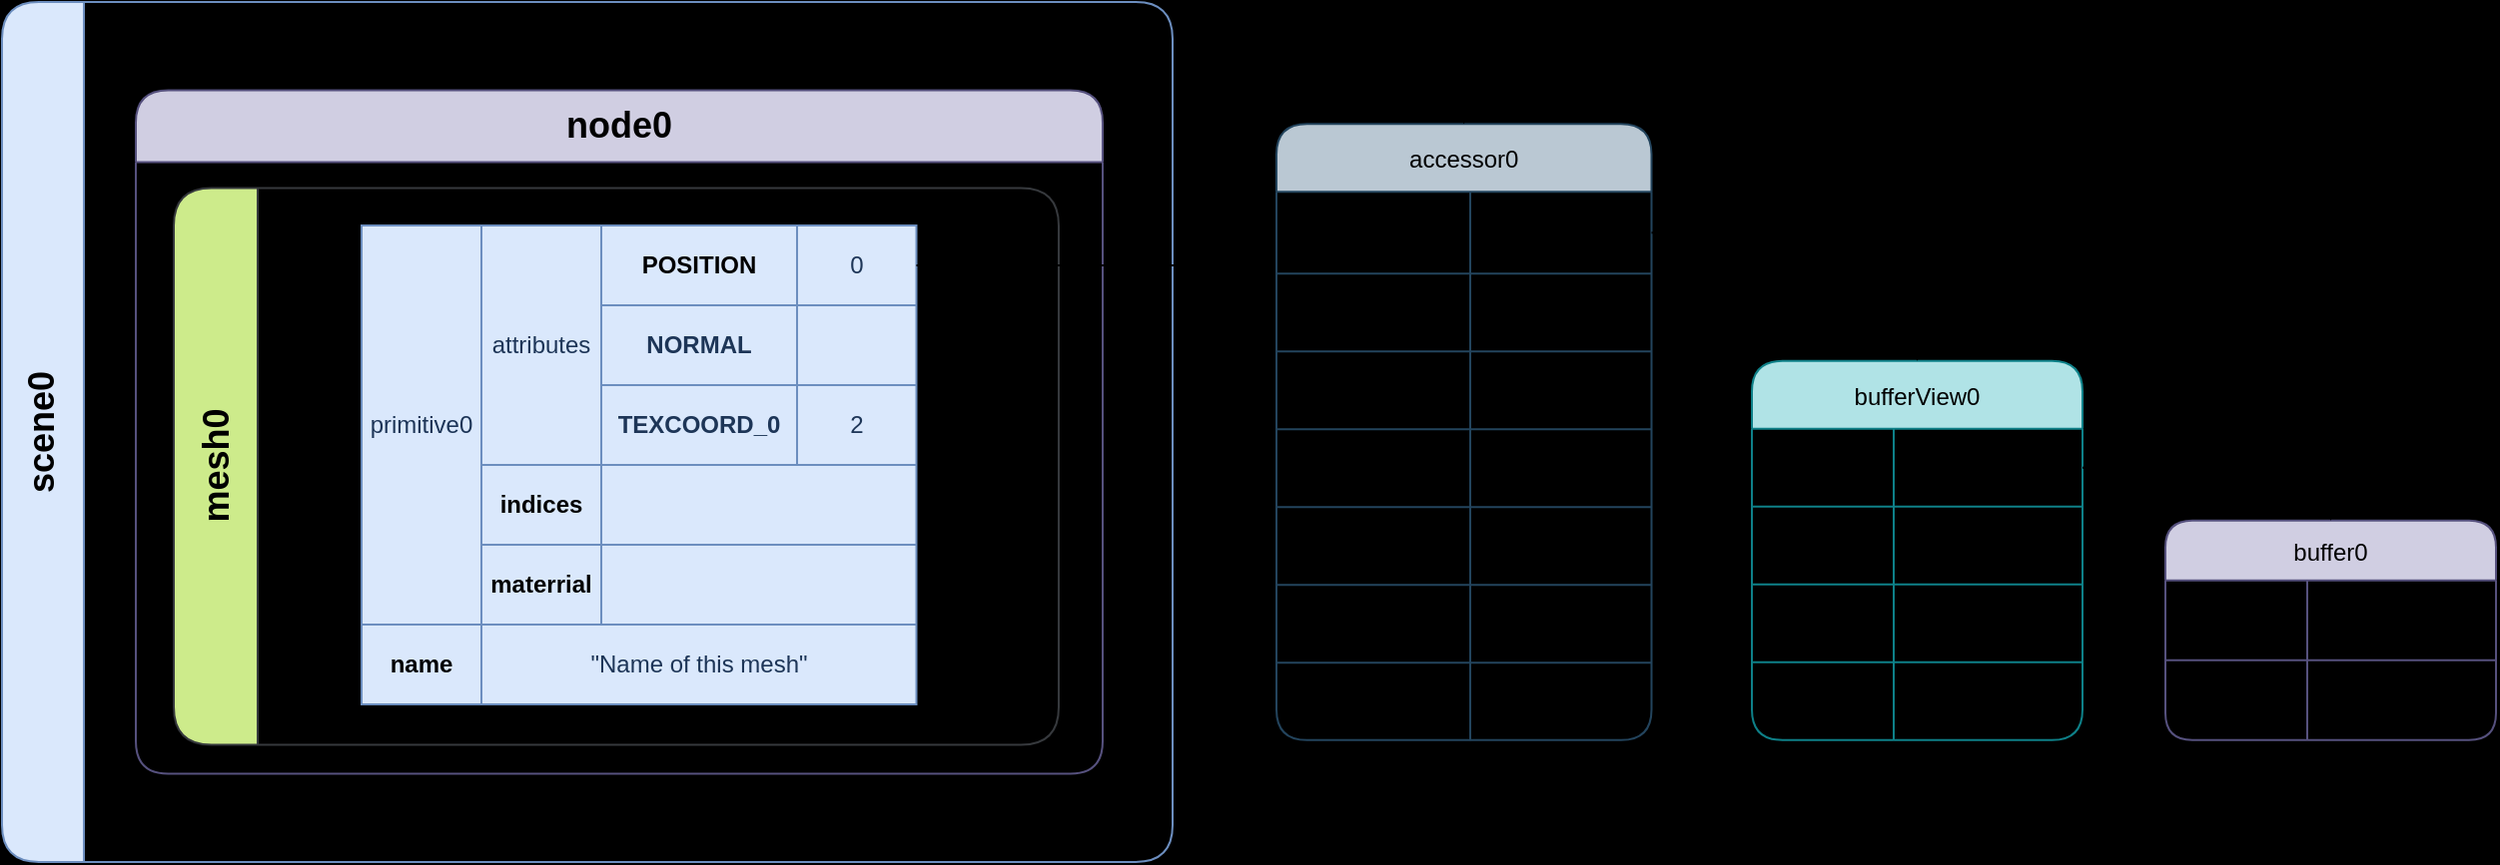
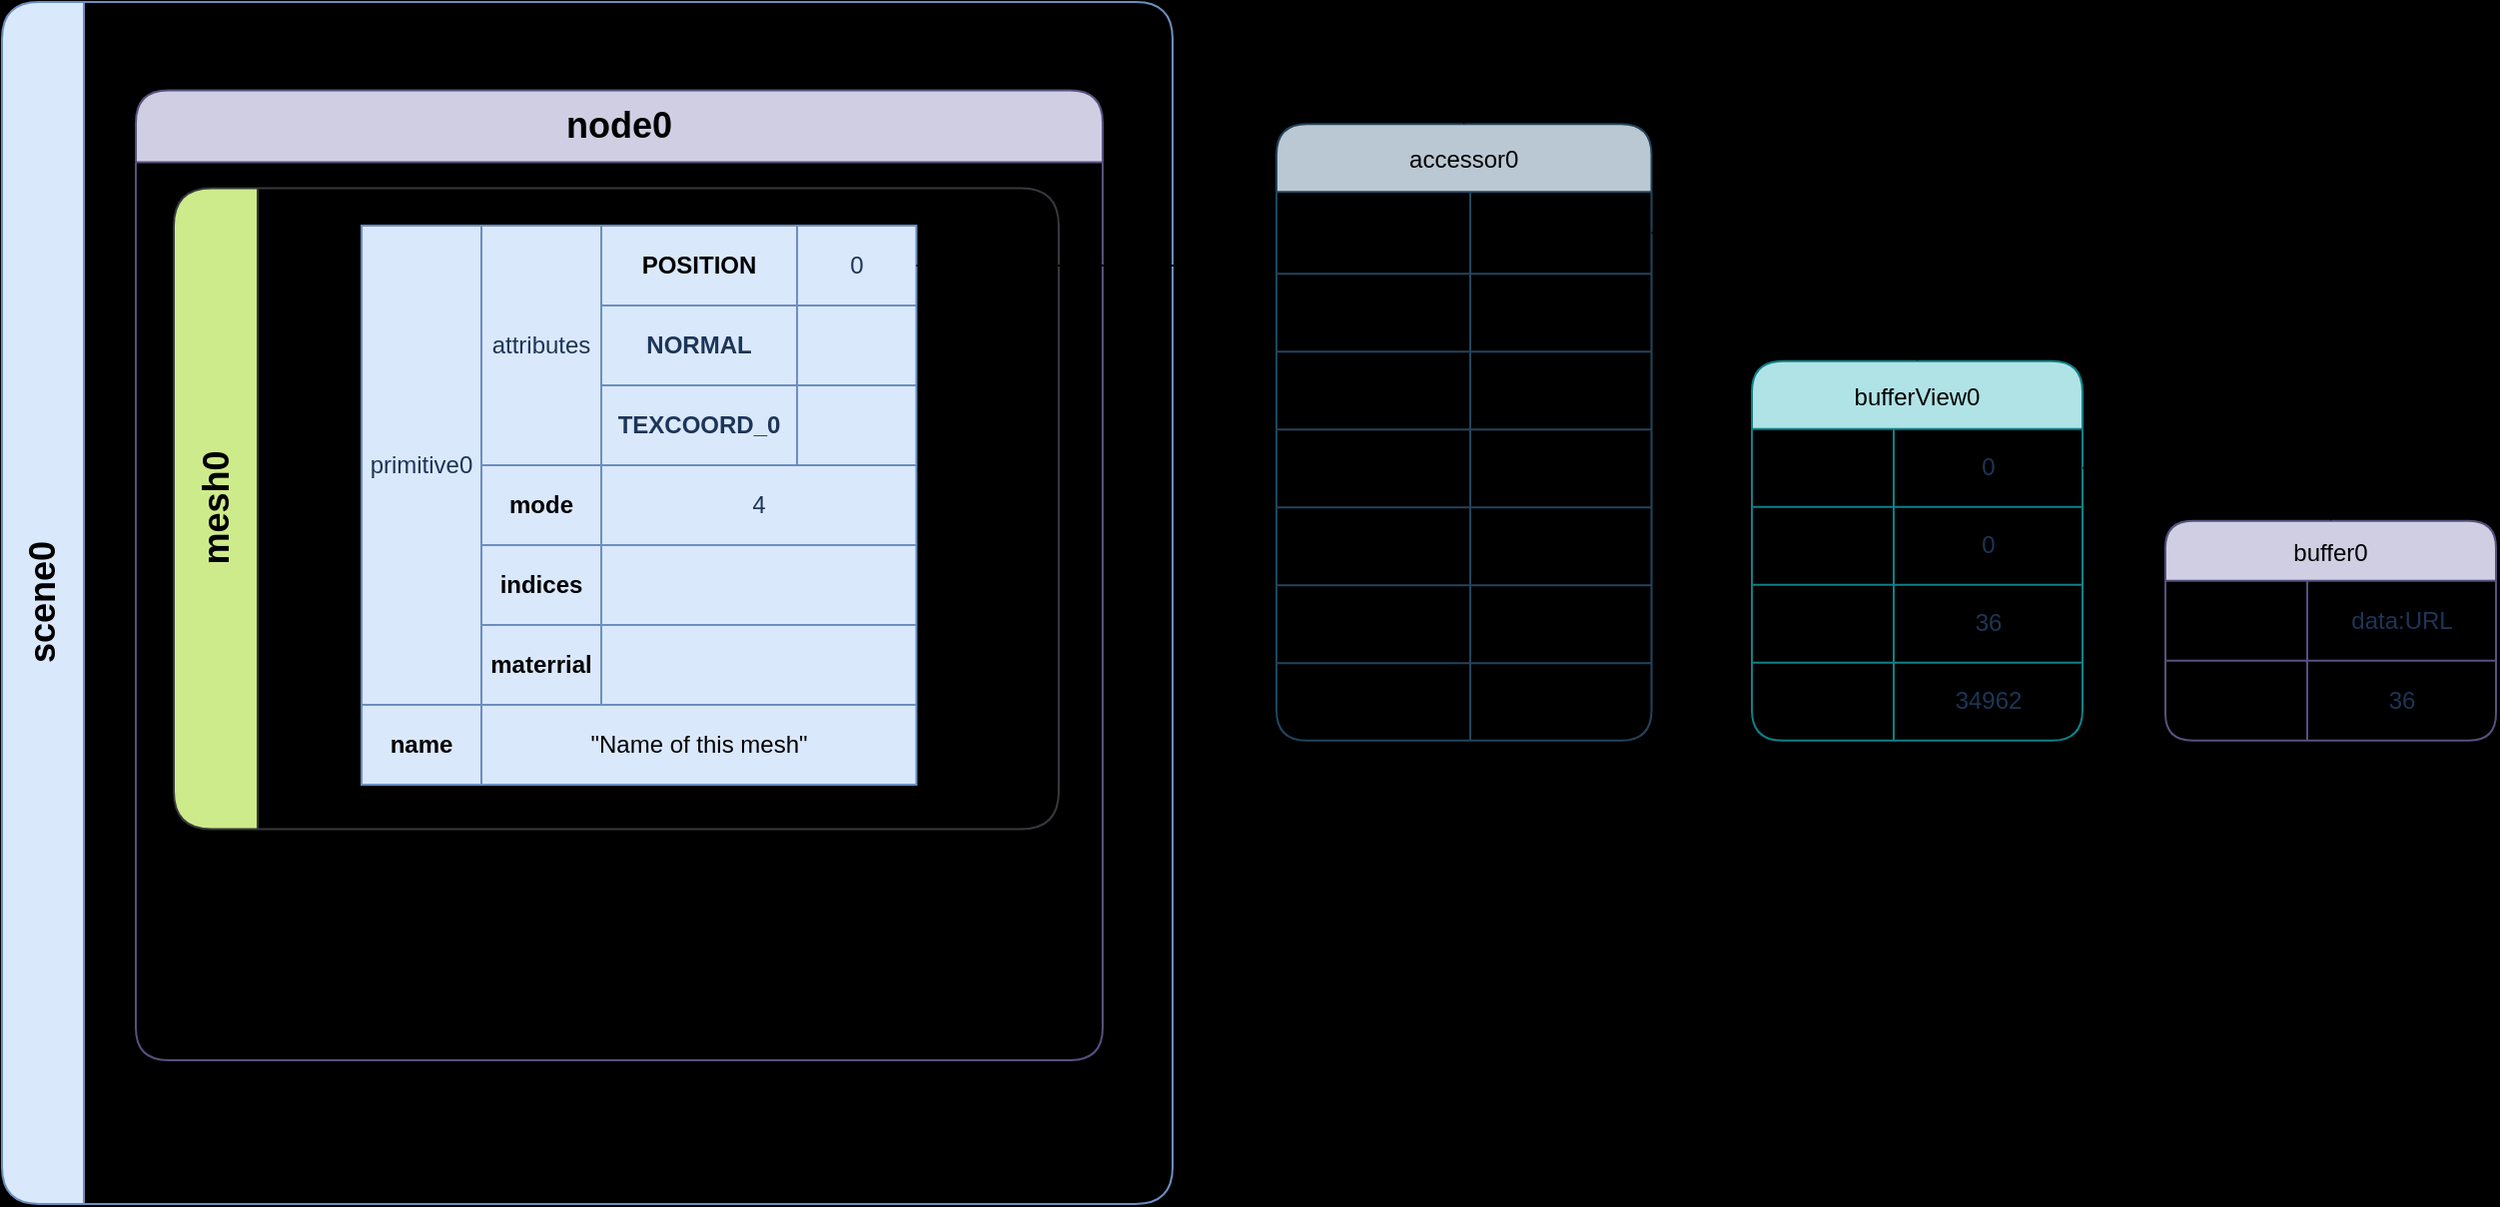
<mxfile host="app.diagrams.net">
  <diagram id="BZvedy4mBk2RI_J5c_5u" name="第 1 页">
-     <mxGraphModel dx="2898" dy="1342" grid="0" gridSize="10" guides="1" tooltips="1" connect="1" arrows="1" fold="1" page="0" pageScale="1" pageWidth="827" pageHeight="1169" background="light-dark(#000000,#2B2B2B)" math="0" shadow="0">
+     <mxGraphModel dx="2338" dy="1342" grid="0" gridSize="10" guides="1" tooltips="1" connect="1" arrows="1" fold="1" page="0" pageScale="1" pageWidth="827" pageHeight="1169" background="light-dark(#000000,#2B2B2B)" math="0" shadow="0">
      <root>
        <mxCell id="0" />
        <mxCell id="1" parent="0" />
        <mxCell id="-Ds3_SINnqwqFCvs20sv-1" parent="1" style="shape=table;startSize=30;container=1;collapsible=0;childLayout=tableLayout;fixedHeader=1;fillColor=#d0cee2;strokeColor=#56517e;rounded=1;fontColor=light-dark(#000000,#66FFB3);" value="buffer0" vertex="1">
          <mxGeometry height="110" width="165.5" x="-13" y="257.87" as="geometry" />
        </mxCell>
        <mxCell id="-Ds3_SINnqwqFCvs20sv-2" parent="-Ds3_SINnqwqFCvs20sv-1" style="shape=tableRow;horizontal=0;startSize=0;swimlaneHead=0;swimlaneBody=0;strokeColor=inherit;top=0;left=0;bottom=0;right=0;collapsible=0;dropTarget=0;fillColor=none;points=[[0,0.5],[1,0.5]];portConstraint=eastwest;fixedHeader=1;rounded=1;" value="" vertex="1">
          <mxGeometry height="40" width="165.5" y="30" as="geometry" />
        </mxCell>
        <mxCell id="-Ds3_SINnqwqFCvs20sv-3" parent="-Ds3_SINnqwqFCvs20sv-2" style="shape=partialRectangle;html=1;whiteSpace=wrap;connectable=0;strokeColor=inherit;overflow=hidden;fillColor=none;top=0;left=0;bottom=0;right=0;pointerEvents=1;align=center;rounded=1;fontColor=light-dark(#000000,#20C2B5);" value="uri" vertex="1">
          <mxGeometry height="40" width="71" as="geometry">
            <mxRectangle height="40" width="71" as="alternateBounds" />
          </mxGeometry>
        </mxCell>
-         <mxCell id="-Ds3_SINnqwqFCvs20sv-4" parent="-Ds3_SINnqwqFCvs20sv-2" style="shape=partialRectangle;html=1;whiteSpace=wrap;connectable=0;strokeColor=inherit;overflow=hidden;fillColor=none;top=0;left=0;bottom=0;right=0;pointerEvents=1;rounded=1;fontColor=light-dark(#000000,#ACB7C4);" value="data:URL" vertex="1">
+         <mxCell id="-Ds3_SINnqwqFCvs20sv-4" parent="-Ds3_SINnqwqFCvs20sv-2" style="shape=partialRectangle;html=1;whiteSpace=wrap;connectable=0;strokeColor=inherit;overflow=hidden;fillColor=none;top=0;left=0;bottom=0;right=0;pointerEvents=1;rounded=1;fontColor=light-dark(#1D3557,#FFFFFF);" value="data:URL" vertex="1">
          <mxGeometry height="40" width="95" x="71" as="geometry">
            <mxRectangle height="40" width="95" as="alternateBounds" />
          </mxGeometry>
        </mxCell>
        <mxCell id="-Ds3_SINnqwqFCvs20sv-5" parent="-Ds3_SINnqwqFCvs20sv-1" style="shape=tableRow;horizontal=0;startSize=0;swimlaneHead=0;swimlaneBody=0;strokeColor=inherit;top=0;left=0;bottom=0;right=0;collapsible=0;dropTarget=0;fillColor=none;points=[[0,0.5],[1,0.5]];portConstraint=eastwest;fixedHeader=1;rounded=1;" value="" vertex="1">
          <mxGeometry height="40" width="165.5" y="70" as="geometry" />
        </mxCell>
        <mxCell id="-Ds3_SINnqwqFCvs20sv-6" parent="-Ds3_SINnqwqFCvs20sv-5" style="shape=partialRectangle;html=1;whiteSpace=wrap;connectable=0;strokeColor=inherit;overflow=hidden;fillColor=none;top=0;left=0;bottom=0;right=0;pointerEvents=1;align=center;rounded=1;fontColor=light-dark(#000000,#20C2B5);" value="byteLength" vertex="1">
          <mxGeometry height="40" width="71" as="geometry">
            <mxRectangle height="40" width="71" as="alternateBounds" />
          </mxGeometry>
        </mxCell>
-         <mxCell id="-Ds3_SINnqwqFCvs20sv-7" parent="-Ds3_SINnqwqFCvs20sv-5" style="shape=partialRectangle;html=1;whiteSpace=wrap;connectable=0;strokeColor=inherit;overflow=hidden;fillColor=none;top=0;left=0;bottom=0;right=0;pointerEvents=1;rounded=1;fontColor=light-dark(#000000,#ACB7C4);" value="36" vertex="1">
+         <mxCell id="-Ds3_SINnqwqFCvs20sv-7" parent="-Ds3_SINnqwqFCvs20sv-5" style="shape=partialRectangle;html=1;whiteSpace=wrap;connectable=0;strokeColor=inherit;overflow=hidden;fillColor=none;top=0;left=0;bottom=0;right=0;pointerEvents=1;rounded=1;fontColor=light-dark(#1D3557,#FFFFFF);" value="36" vertex="1">
          <mxGeometry height="40" width="95" x="71" as="geometry">
            <mxRectangle height="40" width="95" as="alternateBounds" />
          </mxGeometry>
        </mxCell>
        <mxCell id="IMBELnrVSliVJA-H-ImH-1" parent="1" style="shape=table;startSize=34;container=1;collapsible=0;childLayout=tableLayout;fixedHeader=1;fillColor=#b0e3e6;strokeColor=#0e8088;rounded=1;fontColor=light-dark(#000000,#66FFB3);" value="bufferView0" vertex="1">
          <mxGeometry height="190" width="165.5" x="-220" y="177.87" as="geometry" />
        </mxCell>
        <mxCell id="IMBELnrVSliVJA-H-ImH-2" parent="IMBELnrVSliVJA-H-ImH-1" style="shape=tableRow;horizontal=0;startSize=0;swimlaneHead=0;swimlaneBody=0;strokeColor=inherit;top=0;left=0;bottom=0;right=0;collapsible=0;dropTarget=0;fillColor=none;points=[[0,0.5],[1,0.5]];portConstraint=eastwest;fixedHeader=1;rounded=1;" value="" vertex="1">
          <mxGeometry height="39" width="165.5" y="34" as="geometry" />
        </mxCell>
        <mxCell id="IMBELnrVSliVJA-H-ImH-3" parent="IMBELnrVSliVJA-H-ImH-2" style="shape=partialRectangle;html=1;whiteSpace=wrap;connectable=0;strokeColor=inherit;overflow=hidden;fillColor=none;top=0;left=0;bottom=0;right=0;pointerEvents=1;align=center;rounded=1;fontColor=light-dark(#000000,#20C2B5);" value="buffer" vertex="1">
          <mxGeometry height="39" width="71" as="geometry">
            <mxRectangle height="39" width="71" as="alternateBounds" />
          </mxGeometry>
        </mxCell>
-         <mxCell id="IMBELnrVSliVJA-H-ImH-4" parent="IMBELnrVSliVJA-H-ImH-2" style="shape=partialRectangle;html=1;whiteSpace=wrap;connectable=0;strokeColor=inherit;overflow=hidden;fillColor=none;top=0;left=0;bottom=0;right=0;pointerEvents=1;rounded=1;fontColor=light-dark(#000000,#ACB7C4);" value="0" vertex="1">
+         <mxCell id="IMBELnrVSliVJA-H-ImH-4" parent="IMBELnrVSliVJA-H-ImH-2" style="shape=partialRectangle;html=1;whiteSpace=wrap;connectable=0;strokeColor=inherit;overflow=hidden;fillColor=none;top=0;left=0;bottom=0;right=0;pointerEvents=1;rounded=1;fontColor=light-dark(#1D3557,#FFFFFF);" value="0" vertex="1">
          <mxGeometry height="39" width="95" x="71" as="geometry">
            <mxRectangle height="39" width="95" as="alternateBounds" />
          </mxGeometry>
        </mxCell>
        <mxCell id="IMBELnrVSliVJA-H-ImH-5" parent="IMBELnrVSliVJA-H-ImH-1" style="shape=tableRow;horizontal=0;startSize=0;swimlaneHead=0;swimlaneBody=0;strokeColor=inherit;top=0;left=0;bottom=0;right=0;collapsible=0;dropTarget=0;fillColor=none;points=[[0,0.5],[1,0.5]];portConstraint=eastwest;fixedHeader=1;rounded=1;" value="" vertex="1">
          <mxGeometry height="39" width="165.5" y="73" as="geometry" />
        </mxCell>
        <mxCell id="IMBELnrVSliVJA-H-ImH-6" parent="IMBELnrVSliVJA-H-ImH-5" style="shape=partialRectangle;html=1;whiteSpace=wrap;connectable=0;strokeColor=inherit;overflow=hidden;fillColor=none;top=0;left=0;bottom=0;right=0;pointerEvents=1;align=center;rounded=1;fontColor=light-dark(#000000,#20C2B5);" value="byteOffset" vertex="1">
          <mxGeometry height="39" width="71" as="geometry">
            <mxRectangle height="39" width="71" as="alternateBounds" />
          </mxGeometry>
        </mxCell>
-         <mxCell id="IMBELnrVSliVJA-H-ImH-7" parent="IMBELnrVSliVJA-H-ImH-5" style="shape=partialRectangle;html=1;whiteSpace=wrap;connectable=0;strokeColor=inherit;overflow=hidden;fillColor=none;top=0;left=0;bottom=0;right=0;pointerEvents=1;rounded=1;fontColor=light-dark(#000000,#ACB7C4);" value="0" vertex="1">
+         <mxCell id="IMBELnrVSliVJA-H-ImH-7" parent="IMBELnrVSliVJA-H-ImH-5" style="shape=partialRectangle;html=1;whiteSpace=wrap;connectable=0;strokeColor=inherit;overflow=hidden;fillColor=none;top=0;left=0;bottom=0;right=0;pointerEvents=1;rounded=1;fontColor=light-dark(#1D3557,#FFFFFF);" value="0" vertex="1">
          <mxGeometry height="39" width="95" x="71" as="geometry">
            <mxRectangle height="39" width="95" as="alternateBounds" />
          </mxGeometry>
        </mxCell>
        <mxCell id="IMBELnrVSliVJA-H-ImH-8" parent="IMBELnrVSliVJA-H-ImH-1" style="shape=tableRow;horizontal=0;startSize=0;swimlaneHead=0;swimlaneBody=0;strokeColor=inherit;top=0;left=0;bottom=0;right=0;collapsible=0;dropTarget=0;fillColor=none;points=[[0,0.5],[1,0.5]];portConstraint=eastwest;fixedHeader=1;rounded=1;" vertex="1">
          <mxGeometry height="39" width="165.5" y="112" as="geometry" />
        </mxCell>
        <mxCell id="IMBELnrVSliVJA-H-ImH-9" parent="IMBELnrVSliVJA-H-ImH-8" style="shape=partialRectangle;html=1;whiteSpace=wrap;connectable=0;strokeColor=inherit;overflow=hidden;fillColor=none;top=0;left=0;bottom=0;right=0;pointerEvents=1;align=center;rounded=1;fontColor=light-dark(#000000,#20C2B5);" value="byteLength" vertex="1">
          <mxGeometry height="39" width="71" as="geometry">
            <mxRectangle height="39" width="71" as="alternateBounds" />
          </mxGeometry>
        </mxCell>
-         <mxCell id="IMBELnrVSliVJA-H-ImH-10" parent="IMBELnrVSliVJA-H-ImH-8" style="shape=partialRectangle;html=1;whiteSpace=wrap;connectable=0;strokeColor=inherit;overflow=hidden;fillColor=none;top=0;left=0;bottom=0;right=0;pointerEvents=1;rounded=1;fontColor=light-dark(#000000,#ACB7C4);" value="36" vertex="1">
+         <mxCell id="IMBELnrVSliVJA-H-ImH-10" parent="IMBELnrVSliVJA-H-ImH-8" style="shape=partialRectangle;html=1;whiteSpace=wrap;connectable=0;strokeColor=inherit;overflow=hidden;fillColor=none;top=0;left=0;bottom=0;right=0;pointerEvents=1;rounded=1;fontColor=light-dark(#1D3557,#FFFFFF);" value="36" vertex="1">
          <mxGeometry height="39" width="95" x="71" as="geometry">
            <mxRectangle height="39" width="95" as="alternateBounds" />
          </mxGeometry>
        </mxCell>
        <mxCell id="IMBELnrVSliVJA-H-ImH-11" parent="IMBELnrVSliVJA-H-ImH-1" style="shape=tableRow;horizontal=0;startSize=0;swimlaneHead=0;swimlaneBody=0;strokeColor=inherit;top=0;left=0;bottom=0;right=0;collapsible=0;dropTarget=0;fillColor=none;points=[[0,0.5],[1,0.5]];portConstraint=eastwest;fixedHeader=1;rounded=1;" vertex="1">
          <mxGeometry height="39" width="165.5" y="151" as="geometry" />
        </mxCell>
        <mxCell id="IMBELnrVSliVJA-H-ImH-12" parent="IMBELnrVSliVJA-H-ImH-11" style="shape=partialRectangle;html=1;whiteSpace=wrap;connectable=0;strokeColor=inherit;overflow=hidden;fillColor=none;top=0;left=0;bottom=0;right=0;pointerEvents=1;align=center;rounded=1;fontColor=light-dark(#000000,#20C2B5);" value="target" vertex="1">
          <mxGeometry height="39" width="71" as="geometry">
            <mxRectangle height="39" width="71" as="alternateBounds" />
          </mxGeometry>
        </mxCell>
-         <mxCell id="IMBELnrVSliVJA-H-ImH-13" parent="IMBELnrVSliVJA-H-ImH-11" style="shape=partialRectangle;html=1;whiteSpace=wrap;connectable=0;strokeColor=inherit;overflow=hidden;fillColor=none;top=0;left=0;bottom=0;right=0;pointerEvents=1;rounded=1;fontColor=light-dark(#000000,#ACB7C4);" value="34962" vertex="1">
+         <mxCell id="IMBELnrVSliVJA-H-ImH-13" parent="IMBELnrVSliVJA-H-ImH-11" style="shape=partialRectangle;html=1;whiteSpace=wrap;connectable=0;strokeColor=inherit;overflow=hidden;fillColor=none;top=0;left=0;bottom=0;right=0;pointerEvents=1;rounded=1;fontColor=light-dark(#1D3557,#FFFFFF);" value="34962" vertex="1">
          <mxGeometry height="39" width="95" x="71" as="geometry">
            <mxRectangle height="39" width="95" as="alternateBounds" />
          </mxGeometry>
        </mxCell>
        <mxCell id="IMBELnrVSliVJA-H-ImH-16" parent="1" style="shape=table;startSize=34;container=1;collapsible=0;childLayout=tableLayout;fixedHeader=1;fillColor=#bac8d3;strokeColor=#23445d;rounded=1;fontColor=light-dark(#000000,#66FFB3);" value="accessor0" vertex="1">
          <mxGeometry height="308.75" width="187.75" x="-458" y="59.12" as="geometry" />
        </mxCell>
        <mxCell id="IMBELnrVSliVJA-H-ImH-17" parent="IMBELnrVSliVJA-H-ImH-16" style="shape=tableRow;horizontal=0;startSize=0;swimlaneHead=0;swimlaneBody=0;strokeColor=inherit;top=0;left=0;bottom=0;right=0;collapsible=0;dropTarget=0;fillColor=none;points=[[0,0.5],[1,0.5]];portConstraint=eastwest;fixedHeader=1;rounded=1;" value="" vertex="1">
          <mxGeometry height="41" width="187.75" y="34" as="geometry" />
        </mxCell>
        <mxCell id="IMBELnrVSliVJA-H-ImH-18" parent="IMBELnrVSliVJA-H-ImH-17" style="shape=partialRectangle;html=1;whiteSpace=wrap;connectable=0;strokeColor=inherit;overflow=hidden;fillColor=none;top=0;left=0;bottom=0;right=0;pointerEvents=1;align=center;rounded=1;fontColor=light-dark(#000000,#20C2B5);fontStyle=1" value="&lt;span style=&quot;&quot;&gt;bufferView&lt;/span&gt;" vertex="1">
          <mxGeometry height="41" width="97" as="geometry">
            <mxRectangle height="41" width="97" as="alternateBounds" />
          </mxGeometry>
        </mxCell>
-         <mxCell id="IMBELnrVSliVJA-H-ImH-19" parent="IMBELnrVSliVJA-H-ImH-17" style="shape=partialRectangle;html=1;whiteSpace=wrap;connectable=0;strokeColor=inherit;overflow=hidden;fillColor=none;top=0;left=0;bottom=0;right=0;pointerEvents=1;rounded=1;fontColor=light-dark(#000000,#ACB7C4);" value="0" vertex="1">
+         <mxCell id="IMBELnrVSliVJA-H-ImH-19" parent="IMBELnrVSliVJA-H-ImH-17" style="shape=partialRectangle;html=1;whiteSpace=wrap;connectable=0;strokeColor=inherit;overflow=hidden;fillColor=none;top=0;left=0;bottom=0;right=0;pointerEvents=1;rounded=1;fontColor=light-dark(#000000,#FFFFFF);" value="0" vertex="1">
          <mxGeometry height="41" width="91" x="97" as="geometry">
            <mxRectangle height="41" width="91" as="alternateBounds" />
          </mxGeometry>
        </mxCell>
        <mxCell id="IMBELnrVSliVJA-H-ImH-20" parent="IMBELnrVSliVJA-H-ImH-16" style="shape=tableRow;horizontal=0;startSize=0;swimlaneHead=0;swimlaneBody=0;strokeColor=inherit;top=0;left=0;bottom=0;right=0;collapsible=0;dropTarget=0;fillColor=none;points=[[0,0.5],[1,0.5]];portConstraint=eastwest;fixedHeader=1;rounded=1;" value="" vertex="1">
          <mxGeometry height="39" width="187.75" y="75" as="geometry" />
        </mxCell>
        <mxCell id="IMBELnrVSliVJA-H-ImH-21" parent="IMBELnrVSliVJA-H-ImH-20" style="shape=partialRectangle;html=1;whiteSpace=wrap;connectable=0;strokeColor=inherit;overflow=hidden;fillColor=none;top=0;left=0;bottom=0;right=0;pointerEvents=1;align=center;rounded=1;fontColor=light-dark(#000000,#20C2B5);" value="byteOffset" vertex="1">
          <mxGeometry height="39" width="97" as="geometry">
            <mxRectangle height="39" width="97" as="alternateBounds" />
          </mxGeometry>
        </mxCell>
-         <mxCell id="IMBELnrVSliVJA-H-ImH-22" parent="IMBELnrVSliVJA-H-ImH-20" style="shape=partialRectangle;html=1;whiteSpace=wrap;connectable=0;strokeColor=inherit;overflow=hidden;fillColor=none;top=0;left=0;bottom=0;right=0;pointerEvents=1;rounded=1;fontColor=light-dark(#000000,#ACB7C4);" value="0" vertex="1">
+         <mxCell id="IMBELnrVSliVJA-H-ImH-22" parent="IMBELnrVSliVJA-H-ImH-20" style="shape=partialRectangle;html=1;whiteSpace=wrap;connectable=0;strokeColor=inherit;overflow=hidden;fillColor=none;top=0;left=0;bottom=0;right=0;pointerEvents=1;rounded=1;fontColor=light-dark(#000000,#FFFFFF);" value="0" vertex="1">
          <mxGeometry height="39" width="91" x="97" as="geometry">
            <mxRectangle height="39" width="91" as="alternateBounds" />
          </mxGeometry>
        </mxCell>
        <mxCell id="IMBELnrVSliVJA-H-ImH-23" parent="IMBELnrVSliVJA-H-ImH-16" style="shape=tableRow;horizontal=0;startSize=0;swimlaneHead=0;swimlaneBody=0;strokeColor=inherit;top=0;left=0;bottom=0;right=0;collapsible=0;dropTarget=0;fillColor=none;points=[[0,0.5],[1,0.5]];portConstraint=eastwest;fixedHeader=1;rounded=1;" vertex="1">
          <mxGeometry height="39" width="187.75" y="114" as="geometry" />
        </mxCell>
        <mxCell id="IMBELnrVSliVJA-H-ImH-24" parent="IMBELnrVSliVJA-H-ImH-23" style="shape=partialRectangle;html=1;whiteSpace=wrap;connectable=0;strokeColor=inherit;overflow=hidden;fillColor=none;top=0;left=0;bottom=0;right=0;pointerEvents=1;align=center;rounded=1;fontColor=light-dark(#000000,#20C2B5);" value="componentType" vertex="1">
          <mxGeometry height="39" width="97" as="geometry">
            <mxRectangle height="39" width="97" as="alternateBounds" />
          </mxGeometry>
        </mxCell>
-         <mxCell id="IMBELnrVSliVJA-H-ImH-25" parent="IMBELnrVSliVJA-H-ImH-23" style="shape=partialRectangle;html=1;whiteSpace=wrap;connectable=0;strokeColor=inherit;overflow=hidden;fillColor=none;top=0;left=0;bottom=0;right=0;pointerEvents=1;rounded=1;fontColor=light-dark(#000000,#ACB7C4);" value="5126" vertex="1">
+         <mxCell id="IMBELnrVSliVJA-H-ImH-25" parent="IMBELnrVSliVJA-H-ImH-23" style="shape=partialRectangle;html=1;whiteSpace=wrap;connectable=0;strokeColor=inherit;overflow=hidden;fillColor=none;top=0;left=0;bottom=0;right=0;pointerEvents=1;rounded=1;fontColor=light-dark(#000000,#FFFFFF);" value="5126" vertex="1">
          <mxGeometry height="39" width="91" x="97" as="geometry">
            <mxRectangle height="39" width="91" as="alternateBounds" />
          </mxGeometry>
        </mxCell>
        <mxCell id="IMBELnrVSliVJA-H-ImH-26" parent="IMBELnrVSliVJA-H-ImH-16" style="shape=tableRow;horizontal=0;startSize=0;swimlaneHead=0;swimlaneBody=0;strokeColor=inherit;top=0;left=0;bottom=0;right=0;collapsible=0;dropTarget=0;fillColor=none;points=[[0,0.5],[1,0.5]];portConstraint=eastwest;fixedHeader=1;rounded=1;" vertex="1">
          <mxGeometry height="39" width="187.75" y="153" as="geometry" />
        </mxCell>
        <mxCell id="IMBELnrVSliVJA-H-ImH-27" parent="IMBELnrVSliVJA-H-ImH-26" style="shape=partialRectangle;html=1;whiteSpace=wrap;connectable=0;strokeColor=inherit;overflow=hidden;fillColor=none;top=0;left=0;bottom=0;right=0;pointerEvents=1;align=center;rounded=1;fontColor=light-dark(#000000,#20C2B5);" value="count" vertex="1">
          <mxGeometry height="39" width="97" as="geometry">
            <mxRectangle height="39" width="97" as="alternateBounds" />
          </mxGeometry>
        </mxCell>
-         <mxCell id="IMBELnrVSliVJA-H-ImH-28" parent="IMBELnrVSliVJA-H-ImH-26" style="shape=partialRectangle;html=1;whiteSpace=wrap;connectable=0;strokeColor=inherit;overflow=hidden;fillColor=none;top=0;left=0;bottom=0;right=0;pointerEvents=1;rounded=1;fontColor=light-dark(#000000,#ACB7C4);" value="3" vertex="1">
+         <mxCell id="IMBELnrVSliVJA-H-ImH-28" parent="IMBELnrVSliVJA-H-ImH-26" style="shape=partialRectangle;html=1;whiteSpace=wrap;connectable=0;strokeColor=inherit;overflow=hidden;fillColor=none;top=0;left=0;bottom=0;right=0;pointerEvents=1;rounded=1;fontColor=light-dark(#000000,#FFFFFF);" value="3" vertex="1">
          <mxGeometry height="39" width="91" x="97" as="geometry">
            <mxRectangle height="39" width="91" as="alternateBounds" />
          </mxGeometry>
        </mxCell>
        <mxCell id="IMBELnrVSliVJA-H-ImH-29" parent="IMBELnrVSliVJA-H-ImH-16" style="shape=tableRow;horizontal=0;startSize=0;swimlaneHead=0;swimlaneBody=0;strokeColor=inherit;top=0;left=0;bottom=0;right=0;collapsible=0;dropTarget=0;fillColor=none;points=[[0,0.5],[1,0.5]];portConstraint=eastwest;fixedHeader=1;rounded=1;" vertex="1">
          <mxGeometry height="39" width="187.75" y="192" as="geometry" />
        </mxCell>
        <mxCell id="IMBELnrVSliVJA-H-ImH-30" parent="IMBELnrVSliVJA-H-ImH-29" style="shape=partialRectangle;html=1;whiteSpace=wrap;connectable=0;strokeColor=inherit;overflow=hidden;fillColor=none;top=0;left=0;bottom=0;right=0;pointerEvents=1;align=center;rounded=1;fontColor=light-dark(#000000,#20C2B5);" value="type" vertex="1">
          <mxGeometry height="39" width="97" as="geometry">
            <mxRectangle height="39" width="97" as="alternateBounds" />
          </mxGeometry>
        </mxCell>
-         <mxCell id="IMBELnrVSliVJA-H-ImH-31" parent="IMBELnrVSliVJA-H-ImH-29" style="shape=partialRectangle;html=1;whiteSpace=wrap;connectable=0;strokeColor=inherit;overflow=hidden;fillColor=none;top=0;left=0;bottom=0;right=0;pointerEvents=1;rounded=1;fontColor=light-dark(#000000,#ACB7C4);" value="&quot;VEC3&quot;" vertex="1">
+         <mxCell id="IMBELnrVSliVJA-H-ImH-31" parent="IMBELnrVSliVJA-H-ImH-29" style="shape=partialRectangle;html=1;whiteSpace=wrap;connectable=0;strokeColor=inherit;overflow=hidden;fillColor=none;top=0;left=0;bottom=0;right=0;pointerEvents=1;rounded=1;fontColor=light-dark(#000000,#FFFFFF);" value="&quot;VEC3&quot;" vertex="1">
          <mxGeometry height="39" width="91" x="97" as="geometry">
            <mxRectangle height="39" width="91" as="alternateBounds" />
          </mxGeometry>
        </mxCell>
        <mxCell id="IMBELnrVSliVJA-H-ImH-32" parent="IMBELnrVSliVJA-H-ImH-16" style="shape=tableRow;horizontal=0;startSize=0;swimlaneHead=0;swimlaneBody=0;strokeColor=inherit;top=0;left=0;bottom=0;right=0;collapsible=0;dropTarget=0;fillColor=none;points=[[0,0.5],[1,0.5]];portConstraint=eastwest;fixedHeader=1;rounded=1;" vertex="1">
          <mxGeometry height="39" width="187.75" y="231" as="geometry" />
        </mxCell>
        <mxCell id="IMBELnrVSliVJA-H-ImH-33" parent="IMBELnrVSliVJA-H-ImH-32" style="shape=partialRectangle;html=1;whiteSpace=wrap;connectable=0;strokeColor=inherit;overflow=hidden;fillColor=none;top=0;left=0;bottom=0;right=0;pointerEvents=1;align=center;rounded=1;fontColor=light-dark(#000000,#20C2B5);" value="max" vertex="1">
          <mxGeometry height="39" width="97" as="geometry">
            <mxRectangle height="39" width="97" as="alternateBounds" />
          </mxGeometry>
        </mxCell>
-         <mxCell id="IMBELnrVSliVJA-H-ImH-34" parent="IMBELnrVSliVJA-H-ImH-32" style="shape=partialRectangle;html=1;whiteSpace=wrap;connectable=0;strokeColor=inherit;overflow=hidden;fillColor=none;top=0;left=0;bottom=0;right=0;pointerEvents=1;rounded=1;fontColor=light-dark(#000000,#ACB7C4);" value="[1.0, 1.0, 0.0]" vertex="1">
+         <mxCell id="IMBELnrVSliVJA-H-ImH-34" parent="IMBELnrVSliVJA-H-ImH-32" style="shape=partialRectangle;html=1;whiteSpace=wrap;connectable=0;strokeColor=inherit;overflow=hidden;fillColor=none;top=0;left=0;bottom=0;right=0;pointerEvents=1;rounded=1;fontColor=light-dark(#000000,#FFFFFF);" value="[1.0, 1.0, 0.0]" vertex="1">
          <mxGeometry height="39" width="91" x="97" as="geometry">
            <mxRectangle height="39" width="91" as="alternateBounds" />
          </mxGeometry>
        </mxCell>
        <mxCell id="IMBELnrVSliVJA-H-ImH-35" parent="IMBELnrVSliVJA-H-ImH-16" style="shape=tableRow;horizontal=0;startSize=0;swimlaneHead=0;swimlaneBody=0;strokeColor=inherit;top=0;left=0;bottom=0;right=0;collapsible=0;dropTarget=0;fillColor=none;points=[[0,0.5],[1,0.5]];portConstraint=eastwest;fixedHeader=1;rounded=1;" vertex="1">
          <mxGeometry height="39" width="187.75" y="270" as="geometry" />
        </mxCell>
        <mxCell id="IMBELnrVSliVJA-H-ImH-36" parent="IMBELnrVSliVJA-H-ImH-35" style="shape=partialRectangle;html=1;whiteSpace=wrap;connectable=0;strokeColor=inherit;overflow=hidden;fillColor=none;top=0;left=0;bottom=0;right=0;pointerEvents=1;align=center;rounded=1;fontColor=light-dark(#000000,#20C2B5);" value="min" vertex="1">
          <mxGeometry height="39" width="97" as="geometry">
            <mxRectangle height="39" width="97" as="alternateBounds" />
          </mxGeometry>
        </mxCell>
-         <mxCell id="IMBELnrVSliVJA-H-ImH-37" parent="IMBELnrVSliVJA-H-ImH-35" style="shape=partialRectangle;html=1;whiteSpace=wrap;connectable=0;strokeColor=inherit;overflow=hidden;fillColor=none;top=0;left=0;bottom=0;right=0;pointerEvents=1;rounded=1;fontColor=light-dark(#000000,#ACB7C4);" value="[0.0, 1.0, 0.0]" vertex="1">
+         <mxCell id="IMBELnrVSliVJA-H-ImH-37" parent="IMBELnrVSliVJA-H-ImH-35" style="shape=partialRectangle;html=1;whiteSpace=wrap;connectable=0;strokeColor=inherit;overflow=hidden;fillColor=none;top=0;left=0;bottom=0;right=0;pointerEvents=1;rounded=1;fontColor=light-dark(#000000,#FFFFFF);" value="[0.0, 1.0, 0.0]" vertex="1">
          <mxGeometry height="39" width="91" x="97" as="geometry">
            <mxRectangle height="39" width="91" as="alternateBounds" />
          </mxGeometry>
        </mxCell>
        <mxCell id="GIUIsMX7UZoavufT8lRc-2" parent="1" style="swimlane;horizontal=0;whiteSpace=wrap;html=1;fillColor=#dae8fc;strokeColor=#6c8ebf;rounded=1;startSize=41;gradientDirection=east;" value="&lt;span style=&quot;color: light-dark(rgb(0, 0, 0), rgb(102, 255, 179));&quot;&gt;&lt;font style=&quot;font-size: 18px;&quot;&gt;scene0&lt;/font&gt;&lt;/span&gt;" vertex="1">
-           <mxGeometry height="431" width="586" x="-1096" y="-2" as="geometry" />
+           <mxGeometry height="602" width="586" x="-1096" y="-2" as="geometry" />
        </mxCell>
        <mxCell id="oYlXVEz9eKNw0EBKh330-92" parent="GIUIsMX7UZoavufT8lRc-2" style="swimlane;whiteSpace=wrap;html=1;startSize=36;strokeColor=#56517e;fillColor=#d0cee2;rounded=1;gradientColor=none;" value="&lt;font style=&quot;font-size: 18px; color: light-dark(rgb(0, 0, 0), rgb(102, 255, 179));&quot;&gt;node0&lt;/font&gt;" vertex="1">
-           <mxGeometry height="342.5" width="484" x="67" y="44.25" as="geometry" />
+           <mxGeometry height="485.75" width="484" x="67" y="44.25" as="geometry" />
        </mxCell>
        <mxCell id="yEyvN-dxv5ZRYvW9oAyH-66" parent="oYlXVEz9eKNw0EBKh330-92" style="swimlane;horizontal=0;whiteSpace=wrap;html=1;rounded=1;startSize=42;fillColor=#cdeb8b;strokeColor=#36393d;swimlaneFillColor=none;gradientDirection=south;" value="&lt;span style=&quot;color: light-dark(rgb(0, 0, 0), rgb(102, 255, 179));&quot;&gt;&lt;font style=&quot;font-size: 18px;&quot;&gt;mesh0&lt;/font&gt;&lt;/span&gt;" vertex="1">
-           <mxGeometry height="279" width="443" x="19" y="49" as="geometry" />
+           <mxGeometry height="321" width="443" x="19" y="49" as="geometry" />
        </mxCell>
        <mxCell id="2uxkReR1P5Ac1ZIC0d_Z-4" edge="1" parent="1" source="IMBELnrVSliVJA-H-ImH-17" style="edgeStyle=orthogonalEdgeStyle;rounded=1;orthogonalLoop=1;jettySize=auto;html=1;entryX=0.5;entryY=0;entryDx=0;entryDy=0;fontSize=12;startSize=8;endSize=8;strokeColor=light-dark(#000000,#FFB570);" target="IMBELnrVSliVJA-H-ImH-1">
          <mxGeometry relative="1" as="geometry" />
        </mxCell>
        <mxCell id="2uxkReR1P5Ac1ZIC0d_Z-5" edge="1" parent="1" source="IMBELnrVSliVJA-H-ImH-2" style="edgeStyle=orthogonalEdgeStyle;rounded=1;orthogonalLoop=1;jettySize=auto;html=1;entryX=0.5;entryY=0;entryDx=0;entryDy=0;fontSize=12;startSize=8;endSize=8;curved=0;strokeColor=light-dark(#000000,#FFB570);" target="-Ds3_SINnqwqFCvs20sv-1">
          <mxGeometry relative="1" as="geometry" />
        </mxCell>
        <mxCell id="OGyqHwopQYcm-drxzkeR-19" parent="1" style="shape=table;startSize=0;container=1;collapsible=0;childLayout=tableLayout;fixedHeader=1;strokeColor=#6c8ebf;fillColor=#dae8fc;" value="" vertex="1">
-           <mxGeometry height="240" width="277.75" x="-916" y="110" as="geometry" />
+           <mxGeometry height="280" width="277.75" x="-916" y="110" as="geometry" />
        </mxCell>
        <mxCell id="OGyqHwopQYcm-drxzkeR-20" parent="OGyqHwopQYcm-drxzkeR-19" style="shape=tableRow;horizontal=0;startSize=0;swimlaneHead=0;swimlaneBody=0;strokeColor=inherit;top=0;left=0;bottom=0;right=0;collapsible=0;dropTarget=0;fillColor=none;points=[[0,0.5],[1,0.5]];portConstraint=eastwest;fixedHeader=1;fontColor=#1D3557;" value="" vertex="1">
          <mxGeometry height="40" width="277.75" as="geometry" />
        </mxCell>
-         <mxCell id="OGyqHwopQYcm-drxzkeR-21" parent="OGyqHwopQYcm-drxzkeR-20" style="shape=partialRectangle;html=1;whiteSpace=wrap;connectable=0;strokeColor=inherit;overflow=hidden;fillColor=none;top=0;left=0;bottom=0;right=0;pointerEvents=1;fontColor=#1D3557;rowspan=5;colspan=1;" value="primitive0" vertex="1">
-           <mxGeometry height="200" width="60" as="geometry">
+         <mxCell id="OGyqHwopQYcm-drxzkeR-21" parent="OGyqHwopQYcm-drxzkeR-20" style="shape=partialRectangle;html=1;whiteSpace=wrap;connectable=0;strokeColor=inherit;overflow=hidden;fillColor=none;top=0;left=0;bottom=0;right=0;pointerEvents=1;fontColor=#1D3557;rowspan=6;colspan=1;" value="primitive0" vertex="1">
+           <mxGeometry height="240" width="60" as="geometry">
            <mxRectangle height="40" width="60" as="alternateBounds" />
          </mxGeometry>
        </mxCell>
        <mxCell id="OGyqHwopQYcm-drxzkeR-22" parent="OGyqHwopQYcm-drxzkeR-20" style="shape=partialRectangle;html=1;whiteSpace=wrap;connectable=0;strokeColor=inherit;overflow=hidden;fillColor=none;top=0;left=0;bottom=0;right=0;pointerEvents=1;fontColor=#1D3557;rowspan=3;colspan=1;" value="attributes" vertex="1">
          <mxGeometry height="120" width="60" x="60" as="geometry">
            <mxRectangle height="40" width="60" as="alternateBounds" />
          </mxGeometry>
        </mxCell>
        <mxCell id="OGyqHwopQYcm-drxzkeR-23" parent="OGyqHwopQYcm-drxzkeR-20" style="shape=partialRectangle;html=1;whiteSpace=wrap;connectable=0;strokeColor=inherit;overflow=hidden;fillColor=none;top=0;left=0;bottom=0;right=0;pointerEvents=1;fontColor=#1D3557;" value="&lt;b style=&quot;color: light-dark(rgb(0, 0, 0), rgb(32, 194, 181));&quot;&gt;POSITION&lt;/b&gt;" vertex="1">
          <mxGeometry height="40" width="98" x="120" as="geometry">
            <mxRectangle height="40" width="98" as="alternateBounds" />
          </mxGeometry>
        </mxCell>
-         <mxCell id="OGyqHwopQYcm-drxzkeR-28" parent="OGyqHwopQYcm-drxzkeR-20" style="shape=partialRectangle;html=1;whiteSpace=wrap;connectable=0;strokeColor=inherit;overflow=hidden;fillColor=none;top=0;left=0;bottom=0;right=0;pointerEvents=1;fontColor=#1D3557;" value="0" vertex="1">
+         <mxCell id="OGyqHwopQYcm-drxzkeR-28" parent="OGyqHwopQYcm-drxzkeR-20" style="shape=partialRectangle;html=1;whiteSpace=wrap;connectable=0;strokeColor=inherit;overflow=hidden;fillColor=none;top=0;left=0;bottom=0;right=0;pointerEvents=1;fontColor=light-dark(#1D3557,#FFFFFF);" value="0" vertex="1">
          <mxGeometry height="40" width="60" x="218" as="geometry">
            <mxRectangle height="40" width="60" as="alternateBounds" />
          </mxGeometry>
        </mxCell>
        <mxCell id="OGyqHwopQYcm-drxzkeR-24" parent="OGyqHwopQYcm-drxzkeR-19" style="shape=tableRow;horizontal=0;startSize=0;swimlaneHead=0;swimlaneBody=0;strokeColor=inherit;top=0;left=0;bottom=0;right=0;collapsible=0;dropTarget=0;fillColor=none;points=[[0,0.5],[1,0.5]];portConstraint=eastwest;fixedHeader=1;fontColor=#1D3557;" value="" vertex="1">
          <mxGeometry height="40" width="277.75" y="40" as="geometry" />
        </mxCell>
        <mxCell id="OGyqHwopQYcm-drxzkeR-25" parent="OGyqHwopQYcm-drxzkeR-24" style="shape=partialRectangle;html=1;whiteSpace=wrap;connectable=0;strokeColor=inherit;overflow=hidden;fillColor=none;top=0;left=0;bottom=0;right=0;pointerEvents=1;fontColor=#1D3557;" value="" vertex="1" visible="0">
          <mxGeometry height="40" width="60" as="geometry">
            <mxRectangle height="40" width="60" as="alternateBounds" />
          </mxGeometry>
        </mxCell>
        <mxCell id="OGyqHwopQYcm-drxzkeR-26" parent="OGyqHwopQYcm-drxzkeR-24" style="shape=partialRectangle;html=1;whiteSpace=wrap;connectable=0;strokeColor=inherit;overflow=hidden;fillColor=none;top=0;left=0;bottom=0;right=0;pointerEvents=1;fontColor=#1D3557;" value="" vertex="1" visible="0">
          <mxGeometry height="40" width="60" x="60" as="geometry">
            <mxRectangle height="40" width="60" as="alternateBounds" />
          </mxGeometry>
        </mxCell>
        <mxCell id="OGyqHwopQYcm-drxzkeR-27" parent="OGyqHwopQYcm-drxzkeR-24" style="shape=partialRectangle;html=1;whiteSpace=wrap;connectable=0;strokeColor=inherit;overflow=hidden;fillColor=none;top=0;left=0;bottom=0;right=0;pointerEvents=1;fontColor=light-dark(#1D3557,#20C2B5);align=center;verticalAlign=middle;fontFamily=Helvetica;fontSize=12;fontStyle=1;" value="NORMAL" vertex="1">
          <mxGeometry height="40" width="98" x="120" as="geometry">
            <mxRectangle height="40" width="98" as="alternateBounds" />
          </mxGeometry>
        </mxCell>
        <mxCell id="OGyqHwopQYcm-drxzkeR-29" parent="OGyqHwopQYcm-drxzkeR-24" style="shape=partialRectangle;html=1;whiteSpace=wrap;connectable=0;strokeColor=inherit;overflow=hidden;fillColor=none;top=0;left=0;bottom=0;right=0;pointerEvents=1;fontColor=#1D3557;" value="" vertex="1">
          <mxGeometry height="40" width="60" x="218" as="geometry">
            <mxRectangle height="40" width="60" as="alternateBounds" />
          </mxGeometry>
        </mxCell>
        <mxCell id="OGyqHwopQYcm-drxzkeR-31" parent="OGyqHwopQYcm-drxzkeR-19" style="shape=tableRow;horizontal=0;startSize=0;swimlaneHead=0;swimlaneBody=0;strokeColor=inherit;top=0;left=0;bottom=0;right=0;collapsible=0;dropTarget=0;fillColor=none;points=[[0,0.5],[1,0.5]];portConstraint=eastwest;fixedHeader=1;fontColor=#1D3557;" vertex="1">
          <mxGeometry height="40" width="277.75" y="80" as="geometry" />
        </mxCell>
        <mxCell id="OGyqHwopQYcm-drxzkeR-32" parent="OGyqHwopQYcm-drxzkeR-31" style="shape=partialRectangle;html=1;whiteSpace=wrap;connectable=0;strokeColor=inherit;overflow=hidden;fillColor=none;top=0;left=0;bottom=0;right=0;pointerEvents=1;fontColor=#1D3557;" vertex="1" visible="0">
          <mxGeometry height="40" width="60" as="geometry">
            <mxRectangle height="40" width="60" as="alternateBounds" />
          </mxGeometry>
        </mxCell>
        <mxCell id="OGyqHwopQYcm-drxzkeR-33" parent="OGyqHwopQYcm-drxzkeR-31" style="shape=partialRectangle;html=1;whiteSpace=wrap;connectable=0;strokeColor=inherit;overflow=hidden;fillColor=none;top=0;left=0;bottom=0;right=0;pointerEvents=1;fontColor=#1D3557;" vertex="1" visible="0">
          <mxGeometry height="40" width="60" x="60" as="geometry">
            <mxRectangle height="40" width="60" as="alternateBounds" />
          </mxGeometry>
        </mxCell>
        <mxCell id="OGyqHwopQYcm-drxzkeR-34" parent="OGyqHwopQYcm-drxzkeR-31" style="shape=partialRectangle;html=1;whiteSpace=wrap;connectable=0;strokeColor=inherit;overflow=hidden;fillColor=none;top=0;left=0;bottom=0;right=0;pointerEvents=1;fontColor=light-dark(#1D3557,#20C2B5);fontStyle=1" value="TEXCOORD_0" vertex="1">
          <mxGeometry height="40" width="98" x="120" as="geometry">
            <mxRectangle height="40" width="98" as="alternateBounds" />
          </mxGeometry>
        </mxCell>
-         <mxCell id="OGyqHwopQYcm-drxzkeR-35" parent="OGyqHwopQYcm-drxzkeR-31" style="shape=partialRectangle;html=1;whiteSpace=wrap;connectable=0;strokeColor=inherit;overflow=hidden;fillColor=none;top=0;left=0;bottom=0;right=0;pointerEvents=1;fontColor=#1D3557;" value="2" vertex="1">
+         <mxCell id="OGyqHwopQYcm-drxzkeR-35" parent="OGyqHwopQYcm-drxzkeR-31" style="shape=partialRectangle;html=1;whiteSpace=wrap;connectable=0;strokeColor=inherit;overflow=hidden;fillColor=none;top=0;left=0;bottom=0;right=0;pointerEvents=1;fontColor=#1D3557;" value="" vertex="1">
          <mxGeometry height="40" width="60" x="218" as="geometry">
            <mxRectangle height="40" width="60" as="alternateBounds" />
          </mxGeometry>
        </mxCell>
        <mxCell id="OGyqHwopQYcm-drxzkeR-36" parent="OGyqHwopQYcm-drxzkeR-19" style="shape=tableRow;horizontal=0;startSize=0;swimlaneHead=0;swimlaneBody=0;strokeColor=inherit;top=0;left=0;bottom=0;right=0;collapsible=0;dropTarget=0;fillColor=none;points=[[0,0.5],[1,0.5]];portConstraint=eastwest;fixedHeader=1;fontColor=#1D3557;" vertex="1">
          <mxGeometry height="40" width="277.75" y="120" as="geometry" />
        </mxCell>
        <mxCell id="OGyqHwopQYcm-drxzkeR-37" parent="OGyqHwopQYcm-drxzkeR-36" style="shape=partialRectangle;html=1;whiteSpace=wrap;connectable=0;strokeColor=inherit;overflow=hidden;fillColor=none;top=0;left=0;bottom=0;right=0;pointerEvents=1;fontColor=#1D3557;" vertex="1" visible="0">
          <mxGeometry height="40" width="60" as="geometry">
            <mxRectangle height="40" width="60" as="alternateBounds" />
          </mxGeometry>
        </mxCell>
-         <mxCell id="OGyqHwopQYcm-drxzkeR-38" parent="OGyqHwopQYcm-drxzkeR-36" style="shape=partialRectangle;html=1;whiteSpace=wrap;connectable=0;strokeColor=inherit;overflow=hidden;fillColor=none;top=0;left=0;bottom=0;right=0;pointerEvents=1;fontColor=light-dark(#000000,#20C2B5);fontStyle=1" value="indices" vertex="1">
-           <mxGeometry height="40" width="60" x="60" as="geometry">
-             <mxRectangle height="40" width="60" as="alternateBounds" />
-           </mxGeometry>
-         </mxCell>
-         <mxCell id="OGyqHwopQYcm-drxzkeR-39" parent="OGyqHwopQYcm-drxzkeR-36" style="shape=partialRectangle;html=1;whiteSpace=wrap;connectable=0;strokeColor=inherit;overflow=hidden;fillColor=none;top=0;left=0;bottom=0;right=0;pointerEvents=1;fontColor=#1D3557;rowspan=1;colspan=2;" value="" vertex="1">
+         <mxCell id="OGyqHwopQYcm-drxzkeR-38" parent="OGyqHwopQYcm-drxzkeR-36" style="shape=partialRectangle;html=1;whiteSpace=wrap;connectable=0;strokeColor=inherit;overflow=hidden;fillColor=none;top=0;left=0;bottom=0;right=0;pointerEvents=1;fontColor=light-dark(#000000,#20C2B5);fontStyle=1" value="mode" vertex="1">
+           <mxGeometry height="40" width="60" x="60" as="geometry">
+             <mxRectangle height="40" width="60" as="alternateBounds" />
+           </mxGeometry>
+         </mxCell>
+         <mxCell id="OGyqHwopQYcm-drxzkeR-39" parent="OGyqHwopQYcm-drxzkeR-36" style="shape=partialRectangle;html=1;whiteSpace=wrap;connectable=0;strokeColor=inherit;overflow=hidden;fillColor=none;top=0;left=0;bottom=0;right=0;pointerEvents=1;fontColor=light-dark(#1D3557,#FFFFFF);rowspan=1;colspan=2;" value="4" vertex="1">
          <mxGeometry height="40" width="158" x="120" as="geometry">
            <mxRectangle height="40" width="98" as="alternateBounds" />
          </mxGeometry>
        </mxCell>
        <mxCell id="OGyqHwopQYcm-drxzkeR-40" parent="OGyqHwopQYcm-drxzkeR-36" style="shape=partialRectangle;html=1;whiteSpace=wrap;connectable=0;strokeColor=inherit;overflow=hidden;fillColor=none;top=0;left=0;bottom=0;right=0;pointerEvents=1;fontColor=#1D3557;" vertex="1" visible="0">
          <mxGeometry height="40" width="60" x="218" as="geometry">
            <mxRectangle height="40" width="60" as="alternateBounds" />
          </mxGeometry>
        </mxCell>
+         <mxCell id="OGyqHwopQYcm-drxzkeR-57" parent="OGyqHwopQYcm-drxzkeR-19" style="shape=tableRow;horizontal=0;startSize=0;swimlaneHead=0;swimlaneBody=0;strokeColor=inherit;top=0;left=0;bottom=0;right=0;collapsible=0;dropTarget=0;fillColor=none;points=[[0,0.5],[1,0.5]];portConstraint=eastwest;fixedHeader=1;fontColor=#1D3557;" vertex="1">
+           <mxGeometry height="40" width="277.75" y="160" as="geometry" />
+         </mxCell>
+         <mxCell id="OGyqHwopQYcm-drxzkeR-58" parent="OGyqHwopQYcm-drxzkeR-57" style="shape=partialRectangle;html=1;whiteSpace=wrap;connectable=0;strokeColor=inherit;overflow=hidden;fillColor=none;top=0;left=0;bottom=0;right=0;pointerEvents=1;fontColor=#1D3557;" vertex="1" visible="0">
+           <mxGeometry height="40" width="60" as="geometry">
+             <mxRectangle height="40" width="60" as="alternateBounds" />
+           </mxGeometry>
+         </mxCell>
+         <mxCell id="OGyqHwopQYcm-drxzkeR-59" parent="OGyqHwopQYcm-drxzkeR-57" style="shape=partialRectangle;html=1;whiteSpace=wrap;connectable=0;strokeColor=inherit;overflow=hidden;fillColor=none;top=0;left=0;bottom=0;right=0;pointerEvents=1;fontColor=light-dark(#000000,#20C2B5);fontStyle=1" value="indices" vertex="1">
+           <mxGeometry height="40" width="60" x="60" as="geometry">
+             <mxRectangle height="40" width="60" as="alternateBounds" />
+           </mxGeometry>
+         </mxCell>
+         <mxCell id="OGyqHwopQYcm-drxzkeR-60" parent="OGyqHwopQYcm-drxzkeR-57" style="shape=partialRectangle;html=1;whiteSpace=wrap;connectable=0;strokeColor=inherit;overflow=hidden;fillColor=none;top=0;left=0;bottom=0;right=0;pointerEvents=1;fontColor=#1D3557;rowspan=1;colspan=2;" vertex="1">
+           <mxGeometry height="40" width="158" x="120" as="geometry">
+             <mxRectangle height="40" width="98" as="alternateBounds" />
+           </mxGeometry>
+         </mxCell>
+         <mxCell id="OGyqHwopQYcm-drxzkeR-61" parent="OGyqHwopQYcm-drxzkeR-57" style="shape=partialRectangle;html=1;whiteSpace=wrap;connectable=0;strokeColor=inherit;overflow=hidden;fillColor=none;top=0;left=0;bottom=0;right=0;pointerEvents=1;fontColor=#1D3557;" vertex="1" visible="0">
+           <mxGeometry height="40" width="60" x="218" as="geometry">
+             <mxRectangle height="40" width="60" as="alternateBounds" />
+           </mxGeometry>
+         </mxCell>
        <mxCell id="OGyqHwopQYcm-drxzkeR-41" parent="OGyqHwopQYcm-drxzkeR-19" style="shape=tableRow;horizontal=0;startSize=0;swimlaneHead=0;swimlaneBody=0;strokeColor=inherit;top=0;left=0;bottom=0;right=0;collapsible=0;dropTarget=0;fillColor=none;points=[[0,0.5],[1,0.5]];portConstraint=eastwest;fixedHeader=1;fontColor=#1D3557;" vertex="1">
-           <mxGeometry height="40" width="277.75" y="160" as="geometry" />
+           <mxGeometry height="40" width="277.75" y="200" as="geometry" />
        </mxCell>
        <mxCell id="OGyqHwopQYcm-drxzkeR-42" parent="OGyqHwopQYcm-drxzkeR-41" style="shape=partialRectangle;html=1;whiteSpace=wrap;connectable=0;strokeColor=inherit;overflow=hidden;fillColor=none;top=0;left=0;bottom=0;right=0;pointerEvents=1;fontColor=#1D3557;" vertex="1" visible="0">
          <mxGeometry height="40" width="60" as="geometry">
            <mxRectangle height="40" width="60" as="alternateBounds" />
          </mxGeometry>
        </mxCell>
        <mxCell id="OGyqHwopQYcm-drxzkeR-43" parent="OGyqHwopQYcm-drxzkeR-41" style="shape=partialRectangle;html=1;whiteSpace=wrap;connectable=0;strokeColor=inherit;overflow=hidden;fillColor=none;top=0;left=0;bottom=0;right=0;pointerEvents=1;fontColor=light-dark(#000000,#20C2B5);fontStyle=1" value="materrial" vertex="1">
          <mxGeometry height="40" width="60" x="60" as="geometry">
            <mxRectangle height="40" width="60" as="alternateBounds" />
          </mxGeometry>
        </mxCell>
        <mxCell id="OGyqHwopQYcm-drxzkeR-44" parent="OGyqHwopQYcm-drxzkeR-41" style="shape=partialRectangle;html=1;whiteSpace=wrap;connectable=0;strokeColor=inherit;overflow=hidden;fillColor=none;top=0;left=0;bottom=0;right=0;pointerEvents=1;fontColor=#1D3557;rowspan=1;colspan=2;" value="" vertex="1">
          <mxGeometry height="40" width="158" x="120" as="geometry">
            <mxRectangle height="40" width="98" as="alternateBounds" />
          </mxGeometry>
        </mxCell>
        <mxCell id="OGyqHwopQYcm-drxzkeR-45" parent="OGyqHwopQYcm-drxzkeR-41" style="shape=partialRectangle;html=1;whiteSpace=wrap;connectable=0;strokeColor=inherit;overflow=hidden;fillColor=none;top=0;left=0;bottom=0;right=0;pointerEvents=1;fontColor=#1D3557;" vertex="1" visible="0">
          <mxGeometry height="40" width="60" x="218" as="geometry">
            <mxRectangle height="40" width="60" as="alternateBounds" />
          </mxGeometry>
        </mxCell>
        <mxCell id="OGyqHwopQYcm-drxzkeR-46" parent="OGyqHwopQYcm-drxzkeR-19" style="shape=tableRow;horizontal=0;startSize=0;swimlaneHead=0;swimlaneBody=0;strokeColor=inherit;top=0;left=0;bottom=0;right=0;collapsible=0;dropTarget=0;fillColor=none;points=[[0,0.5],[1,0.5]];portConstraint=eastwest;fixedHeader=1;fontColor=#1D3557;" vertex="1">
-           <mxGeometry height="40" width="277.75" y="200" as="geometry" />
+           <mxGeometry height="40" width="277.75" y="240" as="geometry" />
        </mxCell>
        <mxCell id="OGyqHwopQYcm-drxzkeR-47" parent="OGyqHwopQYcm-drxzkeR-46" style="shape=partialRectangle;html=1;whiteSpace=wrap;connectable=0;strokeColor=inherit;overflow=hidden;fillColor=none;top=0;left=0;bottom=0;right=0;pointerEvents=1;fontColor=light-dark(#000000,#20C2B5);fontStyle=1" value="name" vertex="1">
          <mxGeometry height="40" width="60" as="geometry">
            <mxRectangle height="40" width="60" as="alternateBounds" />
          </mxGeometry>
        </mxCell>
-         <mxCell id="OGyqHwopQYcm-drxzkeR-48" parent="OGyqHwopQYcm-drxzkeR-46" style="shape=partialRectangle;html=1;whiteSpace=wrap;connectable=0;strokeColor=inherit;overflow=hidden;fillColor=none;top=0;left=0;bottom=0;right=0;pointerEvents=1;fontColor=#1D3557;rowspan=1;colspan=3;" value="&quot;Name of this mesh&quot;" vertex="1">
+         <mxCell id="OGyqHwopQYcm-drxzkeR-48" parent="OGyqHwopQYcm-drxzkeR-46" style="shape=partialRectangle;html=1;whiteSpace=wrap;connectable=0;strokeColor=inherit;overflow=hidden;fillColor=none;top=0;left=0;bottom=0;right=0;pointerEvents=1;fontColor=#1D3557;rowspan=1;colspan=3;" value="&lt;span style=&quot;color: light-dark(rgb(0, 0, 0), rgb(255, 255, 255));&quot;&gt;&quot;Name of this mesh&quot;&lt;/span&gt;" vertex="1">
          <mxGeometry height="40" width="218" x="60" as="geometry">
            <mxRectangle height="40" width="60" as="alternateBounds" />
          </mxGeometry>
        </mxCell>
        <mxCell id="OGyqHwopQYcm-drxzkeR-49" parent="OGyqHwopQYcm-drxzkeR-46" style="shape=partialRectangle;html=1;whiteSpace=wrap;connectable=0;strokeColor=inherit;overflow=hidden;fillColor=none;top=0;left=0;bottom=0;right=0;pointerEvents=1;fontColor=#1D3557;" vertex="1" visible="0">
          <mxGeometry height="40" width="98" x="120" as="geometry">
            <mxRectangle height="40" width="98" as="alternateBounds" />
          </mxGeometry>
        </mxCell>
        <mxCell id="OGyqHwopQYcm-drxzkeR-50" parent="OGyqHwopQYcm-drxzkeR-46" style="shape=partialRectangle;html=1;whiteSpace=wrap;connectable=0;strokeColor=inherit;overflow=hidden;fillColor=none;top=0;left=0;bottom=0;right=0;pointerEvents=1;fontColor=#1D3557;" vertex="1" visible="0">
          <mxGeometry height="40" width="60" x="218" as="geometry">
            <mxRectangle height="40" width="60" as="alternateBounds" />
          </mxGeometry>
        </mxCell>
        <mxCell id="OGyqHwopQYcm-drxzkeR-51" edge="1" parent="1" source="OGyqHwopQYcm-drxzkeR-20" style="edgeStyle=orthogonalEdgeStyle;rounded=1;orthogonalLoop=1;jettySize=auto;html=1;entryX=0.5;entryY=0;entryDx=0;entryDy=0;strokeColor=light-dark(#000000,#FFB570);fontSize=12;fontColor=#1D3557;startSize=8;endSize=8;fillColor=#A8DADC;" target="IMBELnrVSliVJA-H-ImH-16">
          <mxGeometry relative="1" as="geometry">
            <Array as="points">
              <mxPoint x="-484" y="130" />
              <mxPoint x="-484" y="39" />
              <mxPoint x="-364" y="39" />
            </Array>
          </mxGeometry>
        </mxCell>
      </root>
    </mxGraphModel>
  </diagram>
</mxfile>
